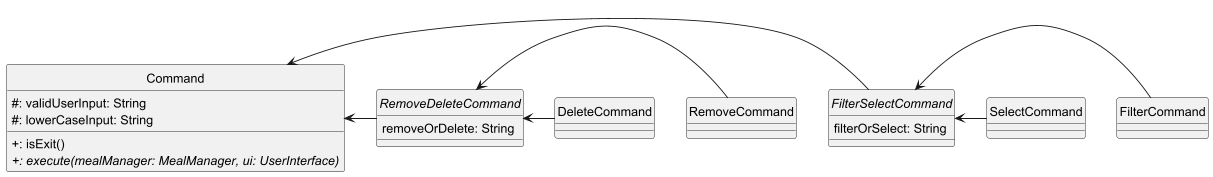
Above: docs/diagrams/CommandClass.png in wentuoc/tp (PlantUML), before the change.
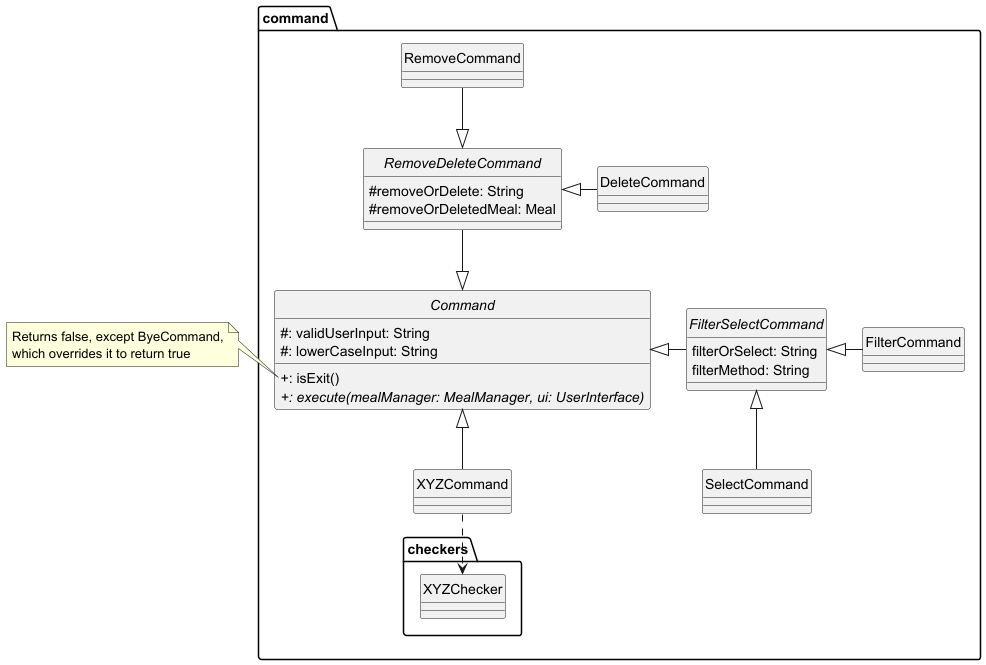
Above is the later version.

The edit, as a diff of the source:
```diff
@@ -1,26 +1,34 @@
 @startuml
 
- class Command {
+ abstract class command.Command {
      #: validUserInput: String
      #: lowerCaseInput: String
      +: isExit()
      +: {abstract} execute(mealManager: MealManager, ui: UserInterface)
  }
+ note left of Command::isExit
+    Returns false, except ByeCommand,
+    which overrides it to return true
+ end note
 
- abstract class FilterSelectCommand {
+ abstract class command.FilterSelectCommand {
     filterOrSelect: String
+    filterMethod: String
  }
 
- abstract class RemoveDeleteCommand {
-    removeOrDelete: String
+ abstract class command.RemoveDeleteCommand {
+    #removeOrDelete: String
+    #removeOrDeletedMeal: Meal
  }
 
- Command <- FilterSelectCommand
- Command <- RemoveDeleteCommand
- RemoveDeleteCommand <- RemoveCommand
- RemoveDeleteCommand <- DeleteCommand
- FilterSelectCommand <- FilterCommand
- FilterSelectCommand <- SelectCommand
+ Command <|--right- FilterSelectCommand
+ Command <|-up- RemoveDeleteCommand
+ RemoveDeleteCommand <|-up- command.RemoveCommand
+ RemoveDeleteCommand <|- command.DeleteCommand
+ FilterSelectCommand <|-right- command.FilterCommand
+ FilterSelectCommand <|-down- command.SelectCommand
+ Command <|-down- command.XYZCommand
+ command.checkers.XYZChecker <.up. XYZCommand
 
  hide circle
  show abstract fields
```
